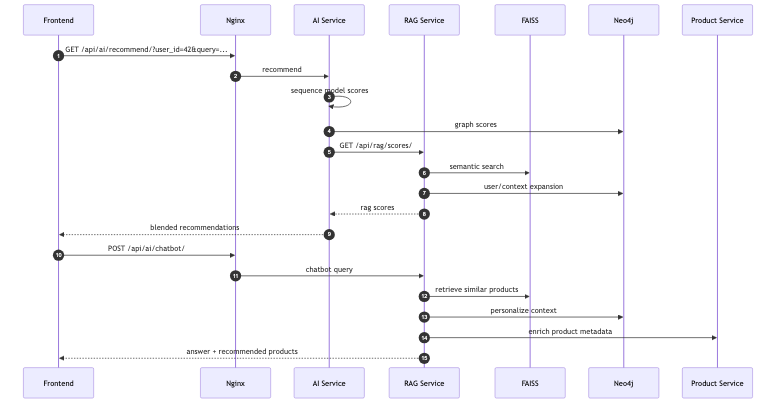
Earlier version of the Mermaid export docs/images/18-ai-rag-flow.png (Nanyak/final_kttkpm). Its source is kept beside it as docs/images/18-ai-rag-flow.mmd. The source it was exported from:
```mermaid
sequenceDiagram
  autonumber
  participant FE as Frontend
  participant GW as Nginx
  participant AI as AI Service
  participant RAG as RAG Service
  participant FAISS as FAISS
  participant Graph as Neo4j
  participant Product as Product Service

  FE->>GW: GET /api/ai/recommend/?user_id=42&query=...
  GW->>AI: recommend
  AI->>AI: sequence model scores
  AI->>Graph: graph scores
  AI->>RAG: GET /api/rag/scores/
  RAG->>FAISS: semantic search
  RAG->>Graph: user/context expansion
  RAG-->>AI: rag scores
  AI-->>FE: blended recommendations

  FE->>GW: POST /api/ai/chatbot/
  GW->>RAG: chatbot query
  RAG->>FAISS: retrieve similar products
  RAG->>Graph: personalize context
  RAG->>Product: enrich product metadata
  RAG-->>FE: answer + recommended products
```
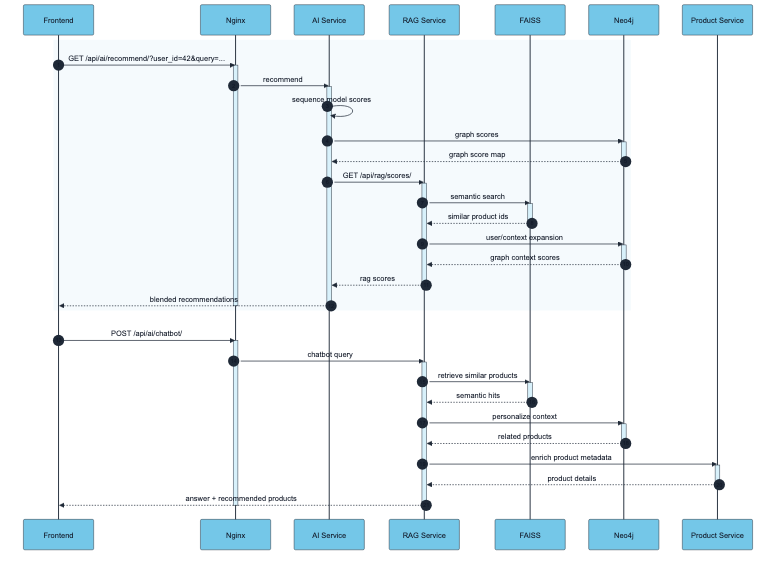
Later version of the same file.

Change to the diagram source:
```diff
@@ -1,3 +1,4 @@
+%%{init: {"theme": "base", "themeVariables": {"actorBkg": "#74c7e8", "actorBorder": "#1f2937", "actorTextColor": "#111827", "signalColor": "#1f2937", "signalTextColor": "#111827", "activationBkgColor": "#d8f1fb", "activationBorderColor": "#1f2937", "sequenceNumberColor": "#111827", "fontFamily": "Arial"}}}%%
 sequenceDiagram
   autonumber
   participant FE as Frontend
@@ -8,19 +9,51 @@
   participant Graph as Neo4j
   participant Product as Product Service
 
+  rect rgb(245, 250, 253)
   FE->>GW: GET /api/ai/recommend/?user_id=42&query=...
+  activate GW
   GW->>AI: recommend
+  activate AI
   AI->>AI: sequence model scores
   AI->>Graph: graph scores
+  activate Graph
+  Graph-->>AI: graph score map
+  deactivate Graph
   AI->>RAG: GET /api/rag/scores/
+  activate RAG
   RAG->>FAISS: semantic search
+  activate FAISS
+  FAISS-->>RAG: similar product ids
+  deactivate FAISS
   RAG->>Graph: user/context expansion
+  activate Graph
+  Graph-->>RAG: graph context scores
+  deactivate Graph
   RAG-->>AI: rag scores
+  deactivate RAG
   AI-->>FE: blended recommendations
+  deactivate AI
+  deactivate GW
+  end
 
+  rect rgb(255, 255, 255)
   FE->>GW: POST /api/ai/chatbot/
+  activate GW
   GW->>RAG: chatbot query
+  activate RAG
   RAG->>FAISS: retrieve similar products
+  activate FAISS
+  FAISS-->>RAG: semantic hits
+  deactivate FAISS
   RAG->>Graph: personalize context
+  activate Graph
+  Graph-->>RAG: related products
+  deactivate Graph
   RAG->>Product: enrich product metadata
+  activate Product
+  Product-->>RAG: product details
+  deactivate Product
   RAG-->>FE: answer + recommended products
+  deactivate RAG
+  deactivate GW
+  end
```
